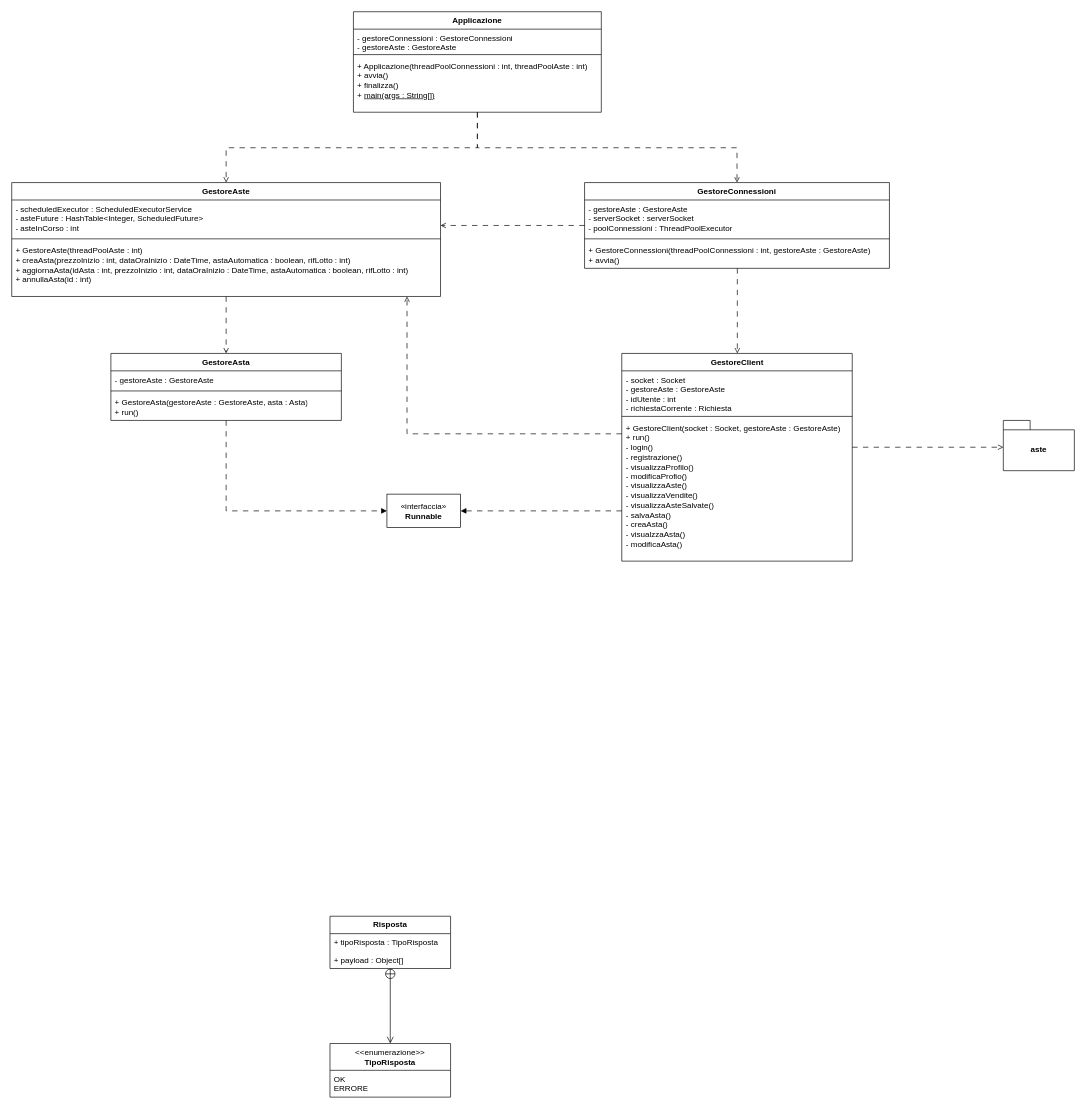
Earlier version of the draw.io diagram documenti/DC-Server.drawio (Chaos-Rat/GAO). Source tidied: cells renumbered, new cells numbered last; positions are measured from the earlier drawing's top-left corner, leaving out a move shared by most shapes. Both pictures are drawn from the tidied source at 67%, with x=0, y=0 at pixel (11, 11).
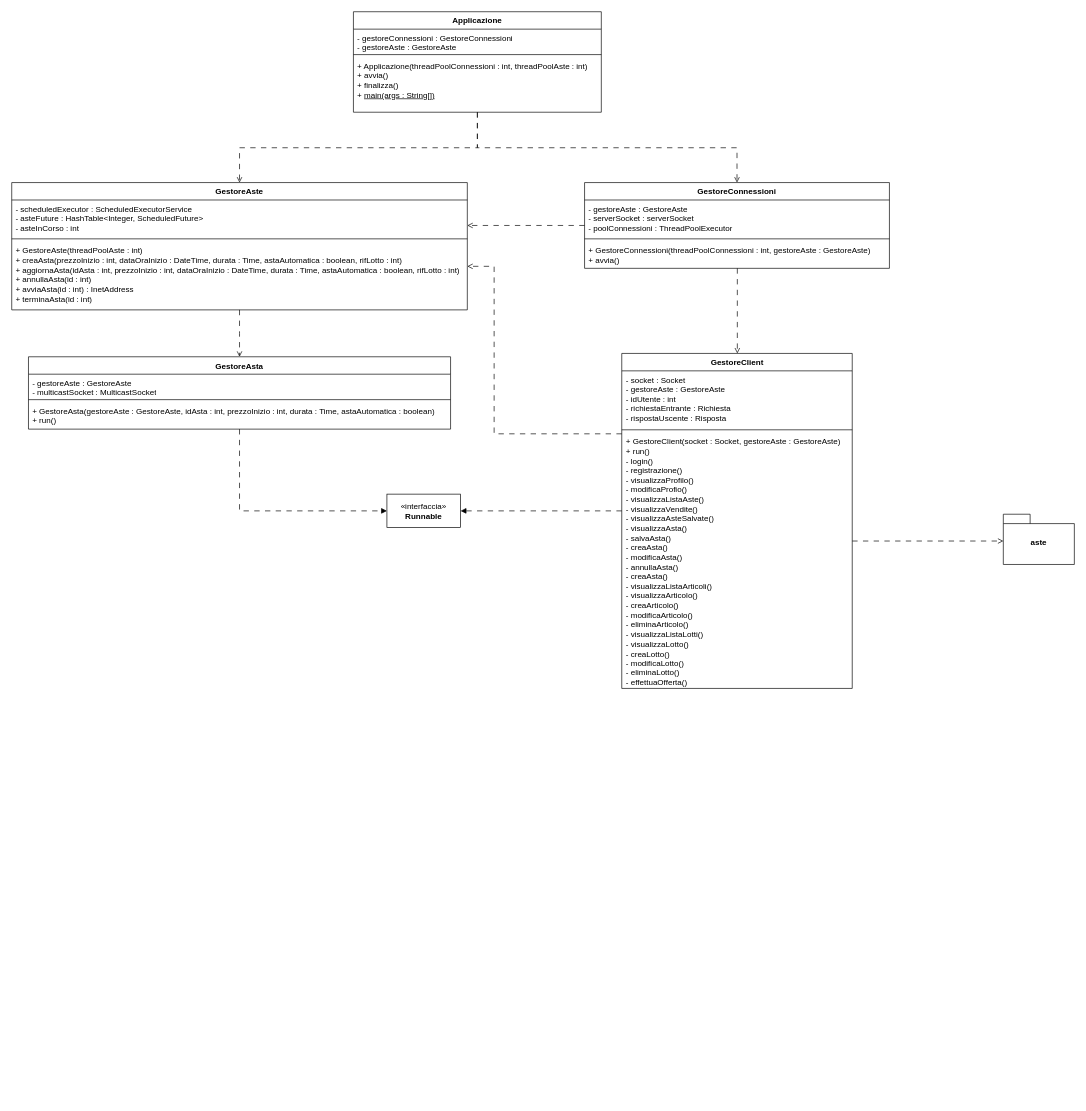
After the change.

Commit message (it also covers changes not shown here):
Aggiornato diagramma delle classi server, fix minori

Aggiornato il diagramma delle classi server.
Tolta la funzione di logout al gestore del client e alla tipo di richiesta (implicito nella disconnessione).

Unchanged cells that the change refers to:
```xml
<mxCell id="31" value="«interfaccia»&lt;br&gt;&lt;b&gt;Runnable&lt;/b&gt;" style="html=1;whiteSpace=wrap;" parent="1" vertex="1">
  <mxGeometry x="560" y="720" width="110" height="50" as="geometry" />
</mxCell>
```

Change to the diagram source:
```diff
@@
-    <mxCell id="9" style="edgeStyle=elbowEdgeStyle;rounded=0;jettySize=auto;html=1;elbow=vertical;dashed=1;dashPattern=8 8;endArrow=open;endFill=0;" parent="1" edge="1" source="10" target="38">
+    <mxCell id="9" style="edgeStyle=elbowEdgeStyle;rounded=0;jettySize=auto;html=1;elbow=vertical;dashed=1;dashPattern=8 8;endArrow=open;endFill=0;" parent="1" edge="1" target="38">
       <mxGeometry relative="1" as="geometry">
+        <mxPoint x="1254.5" y="790" as="sourcePoint" />
         <Array as="points">
-          <mxPoint x="1367" y="650" />
+          <mxPoint x="1367" y="790" />
         </Array>
       </mxGeometry>
     </mxCell>
     <mxCell id="10" value="GestoreClient" style="swimlane;fontStyle=1;align=center;verticalAlign=top;horizontal=1;startSize=26;whiteSpace=wrap;html=1;" parent="1" vertex="1">
-      <mxGeometry x="910.5" y="510" width="344" height="310" as="geometry" />
+      <mxGeometry x="910.5" y="510" width="344" height="500" as="geometry" />
     </mxCell>
-    <mxCell id="11" value="- socket : Socket&lt;div&gt;- gestoreAste : GestoreAste&lt;br&gt;&lt;div&gt;- idUtente : int&lt;/div&gt;&lt;/div&gt;&lt;div&gt;- richiestaCorrente : Richiesta&lt;/div&gt;" style="text;strokeColor=none;fillColor=none;align=left;verticalAlign=top;spacingLeft=4;spacingRight=4;overflow=hidden;whiteSpace=wrap;html=1;" parent="10" vertex="1">
-      <mxGeometry y="26" width="344" height="64" as="geometry" />
+    <mxCell id="11" value="- socket : Socket&lt;div&gt;- gestoreAste : GestoreAste&lt;br&gt;&lt;div&gt;- idUtente : int&lt;/div&gt;&lt;/div&gt;&lt;div&gt;- richiestaEntrante : Richiesta&lt;/div&gt;&lt;div&gt;- rispostaUscente : Risposta&lt;/div&gt;" style="text;strokeColor=none;fillColor=none;align=left;verticalAlign=top;spacingLeft=4;spacingRight=4;overflow=hidden;whiteSpace=wrap;html=1;" parent="10" vertex="1">
+      <mxGeometry y="26" width="344" height="84" as="geometry" />
     </mxCell>
     <mxCell id="12" style="line;strokeWidth=1;fillColor=none;align=left;verticalAlign=middle;spacingTop=-1;spacingLeft=3;spacingRight=3;labelPosition=right;strokeColor=inherit;" parent="10" vertex="1">
-      <mxGeometry y="90" width="344" height="8" as="geometry" />
+      <mxGeometry y="110" width="344" height="8" as="geometry" />
     </mxCell>
-    <mxCell id="13" value="&lt;div&gt;+ GestoreClient(socket : Socket, gestoreAste : GestoreAste)&lt;/div&gt;&lt;div&gt;+ run()&lt;/div&gt;&lt;div&gt;- login()&lt;/div&gt;&lt;div&gt;- registrazione()&lt;/div&gt;&lt;div&gt;- visualizzaProfilo()&lt;/div&gt;&lt;div&gt;- modificaProfio()&lt;/div&gt;&lt;div&gt;- visualizzaAste()&lt;/div&gt;&lt;div&gt;- visualizzaVendite()&lt;/div&gt;&lt;div&gt;- visualizzaAsteSalvate()&lt;/div&gt;&lt;div&gt;- salvaAsta()&lt;/div&gt;&lt;div&gt;- creaAsta()&lt;/div&gt;&lt;div&gt;- visualzzaAsta()&lt;/div&gt;&lt;div&gt;- modificaAsta()&lt;/div&gt;" style="text;strokeColor=none;fillColor=none;align=left;verticalAlign=top;spacingLeft=4;spacingRight=4;overflow=hidden;whiteSpace=wrap;html=1;" parent="10" vertex="1">
-      <mxGeometry y="98" width="344" height="212" as="geometry" />
+    <mxCell id="13" value="&lt;div&gt;+ GestoreClient(socket : Socket, gestoreAste : GestoreAste)&lt;/div&gt;&lt;div&gt;+ run()&lt;/div&gt;&lt;div&gt;- login()&lt;/div&gt;&lt;div&gt;- registrazione()&lt;/div&gt;&lt;div&gt;- visualizzaProfilo()&lt;/div&gt;&lt;div&gt;- modificaProfio()&lt;/div&gt;&lt;div&gt;- visualizzaListaAste()&lt;/div&gt;&lt;div&gt;- visualizzaVendite()&lt;/div&gt;&lt;div&gt;- visualizzaAsteSalvate()&lt;/div&gt;&lt;div&gt;- visualizzaAsta()&lt;/div&gt;&lt;div&gt;- salvaAsta()&lt;/div&gt;&lt;div&gt;- creaAsta()&lt;/div&gt;&lt;div&gt;- modificaAsta()&lt;/div&gt;&lt;div&gt;- annullaAsta()&lt;/div&gt;&lt;div&gt;- creaAsta()&lt;/div&gt;&lt;div&gt;- visualizzaListaArticoli()&lt;/div&gt;&lt;div&gt;- visualizzaArticolo()&lt;/div&gt;&lt;div&gt;- creaArticolo()&lt;/div&gt;&lt;div&gt;- modificaArticolo()&lt;/div&gt;&lt;div&gt;- eliminaArticolo()&lt;/div&gt;&lt;div&gt;- visualizzaListaLotti()&lt;/div&gt;&lt;div&gt;- visualizzaLotto()&lt;/div&gt;&lt;div&gt;- creaLotto()&lt;/div&gt;&lt;div&gt;- modificaLotto()&lt;/div&gt;&lt;div&gt;- eliminaLotto()&lt;/div&gt;&lt;div&gt;- effettuaOfferta()&lt;/div&gt;" style="text;strokeColor=none;fillColor=none;align=left;verticalAlign=top;spacingLeft=4;spacingRight=4;overflow=hidden;whiteSpace=wrap;html=1;" parent="10" vertex="1">
+      <mxGeometry y="118" width="344" height="382" as="geometry" />
     </mxCell>
@@
-    <mxCell id="20" style="rounded=0;jettySize=auto;html=1;dashed=1;strokeColor=default;align=center;verticalAlign=middle;fontFamily=Helvetica;fontSize=11;fontColor=default;labelBackgroundColor=default;endArrow=open;endFill=0;dashPattern=8 8;edgeStyle=elbowEdgeStyle;entryX=0.5;entryY=0;entryDx=0;entryDy=0;" parent="1" edge="1" source="21" target="27">
-      <mxGeometry relative="1" as="geometry" />
+    <mxCell id="20" style="edgeStyle=elbowEdgeStyle;rounded=0;jettySize=auto;html=1;dashed=1;dashPattern=8 8;endArrow=open;endFill=0;" parent="1" edge="1" source="21" target="27">
+      <mxGeometry relative="1" as="geometry">
+        <Array as="points">
+          <mxPoint x="340" y="480" />
+        </Array>
+      </mxGeometry>
     </mxCell>
     <mxCell id="21" value="GestoreAste" style="swimlane;fontStyle=1;align=center;verticalAlign=top;horizontal=1;startSize=26;whiteSpace=wrap;html=1;" parent="1" vertex="1">
-      <mxGeometry y="255" width="640" height="170" as="geometry" />
+      <mxGeometry y="255" width="680" height="190" as="geometry" />
     </mxCell>
     <mxCell id="22" value="&lt;div&gt;- scheduledExecutor : ScheduledExecutorService&lt;br&gt;&lt;/div&gt;&lt;div&gt;- asteFuture : HashTable&amp;lt;Integer, ScheduledFuture&amp;gt;&lt;/div&gt;&lt;div&gt;- asteInCorso : int&lt;/div&gt;" style="text;strokeColor=none;fillColor=none;align=left;verticalAlign=top;spacingLeft=4;spacingRight=4;overflow=hidden;whiteSpace=wrap;html=1;" parent="21" vertex="1">
-      <mxGeometry y="26" width="640" height="54" as="geometry" />
+      <mxGeometry y="26" width="680" height="54" as="geometry" />
     </mxCell>
     <mxCell id="23" style="line;strokeWidth=1;fillColor=none;align=left;verticalAlign=middle;spacingTop=-1;spacingLeft=3;spacingRight=3;labelPosition=right;strokeColor=inherit;" parent="21" vertex="1">
-      <mxGeometry y="80" width="640" height="8" as="geometry" />
+      <mxGeometry y="80" width="680" height="8" as="geometry" />
     </mxCell>
-    <mxCell id="24" value="&lt;div&gt;+ GestoreAste(threadPoolAste : int)&lt;/div&gt;&lt;div&gt;+ creaAsta(prezzoInizio : int, dataOraInizio : DateTime, astaAutomatica : boolean, rifLotto : int)&lt;/div&gt;&lt;div&gt;+ aggiornaAsta(idAsta : int, prezzoInizio : int, dataOraInizio : DateTime, astaAutomatica : boolean, rifLotto : int)&lt;/div&gt;&lt;div&gt;+ annullaAsta(id : int)&lt;/div&gt;" style="text;strokeColor=none;fillColor=none;align=left;verticalAlign=top;spacingLeft=4;spacingRight=4;overflow=hidden;whiteSpace=wrap;html=1;" parent="21" vertex="1">
-      <mxGeometry y="88" width="640" height="82" as="geometry" />
+    <mxCell id="24" value="&lt;div&gt;+ GestoreAste(threadPoolAste : int)&lt;/div&gt;&lt;div&gt;+ creaAsta(prezzoInizio : int, dataOraInizio : DateTime, durata : Time, astaAutomatica : boolean, rifLotto : int)&lt;/div&gt;&lt;div&gt;+ aggiornaAsta(idAsta : int, prezzoInizio : int, dataOraInizio : DateTime, durata : Time, astaAutomatica : boolean, rifLotto : int)&lt;/div&gt;&lt;div&gt;+ annullaAsta(id : int)&lt;/div&gt;&lt;div&gt;+ avviaAsta(id : int) : InetAddress&lt;/div&gt;&lt;div&gt;+ terminaAsta(id : int)&lt;/div&gt;" style="text;strokeColor=none;fillColor=none;align=left;verticalAlign=top;spacingLeft=4;spacingRight=4;overflow=hidden;whiteSpace=wrap;html=1;" parent="21" vertex="1">
+      <mxGeometry y="88" width="680" height="102" as="geometry" />
     </mxCell>
     <mxCell id="25" style="edgeStyle=orthogonalEdgeStyle;rounded=0;jettySize=auto;html=1;endArrow=open;endFill=0;dashed=1;elbow=vertical;dashPattern=8 8;" parent="1" edge="1" source="10" target="21">
       <mxGeometry relative="1" as="geometry">
         <Array as="points">
-          <mxPoint x="590" y="630" />
+          <mxPoint x="720" y="630" />
+          <mxPoint x="720" y="380" />
         </Array>
       </mxGeometry>
     </mxCell>
     <mxCell id="26" style="edgeStyle=orthogonalEdgeStyle;rounded=0;jettySize=auto;html=1;dashed=1;dashPattern=8 8;endArrow=block;endFill=1;" parent="1" edge="1" source="27" target="31">
       <mxGeometry relative="1" as="geometry">
         <Array as="points">
-          <mxPoint x="320" y="745" />
+          <mxPoint x="340" y="745" />
         </Array>
       </mxGeometry>
     </mxCell>
     <mxCell id="27" value="GestoreAsta" style="swimlane;fontStyle=1;align=center;verticalAlign=top;horizontal=1;startSize=26;whiteSpace=wrap;html=1;" parent="1" vertex="1">
-      <mxGeometry x="148" y="510" width="344" height="100" as="geometry" />
+      <mxGeometry x="25" y="515" width="630" height="108" as="geometry" />
     </mxCell>
-    <mxCell id="28" value="- gestoreAste : GestoreAste" style="text;strokeColor=none;fillColor=none;align=left;verticalAlign=top;spacingLeft=4;spacingRight=4;overflow=hidden;whiteSpace=wrap;html=1;" parent="27" vertex="1">
-      <mxGeometry y="26" width="344" height="26" as="geometry" />
+    <mxCell id="28" value="- gestoreAste : GestoreAste&lt;div&gt;- multicastSocket : MulticastSocket&lt;/div&gt;" style="text;strokeColor=none;fillColor=none;align=left;verticalAlign=top;spacingLeft=4;spacingRight=4;overflow=hidden;whiteSpace=wrap;html=1;" parent="27" vertex="1">
+      <mxGeometry y="26" width="630" height="34" as="geometry" />
     </mxCell>
     <mxCell id="29" style="line;strokeWidth=1;fillColor=none;align=left;verticalAlign=middle;spacingTop=-1;spacingLeft=3;spacingRight=3;labelPosition=right;strokeColor=inherit;" parent="27" vertex="1">
-      <mxGeometry y="52" width="344" height="8" as="geometry" />
+      <mxGeometry y="60" width="630" height="8" as="geometry" />
     </mxCell>
-    <mxCell id="30" value="+ GestoreAsta(gestoreAste : GestoreAste, asta : Asta)&lt;div&gt;+ run()&lt;/div&gt;" style="text;strokeColor=none;fillColor=none;align=left;verticalAlign=top;spacingLeft=4;spacingRight=4;overflow=hidden;whiteSpace=wrap;html=1;" parent="27" vertex="1">
-      <mxGeometry y="60" width="344" height="40" as="geometry" />
+    <mxCell id="30" value="+ GestoreAsta(gestoreAste : GestoreAste, idAsta : int, prezzoInizio : int, durata : Time, astaAutomatica : boolean)&lt;div&gt;+ run()&lt;/div&gt;" style="text;strokeColor=none;fillColor=none;align=left;verticalAlign=top;spacingLeft=4;spacingRight=4;overflow=hidden;whiteSpace=wrap;html=1;" parent="27" vertex="1">
+      <mxGeometry y="68" width="630" height="40" as="geometry" />
     </mxCell>
@@
-    <mxCell id="32" value="&lt;b&gt;Risposta&lt;/b&gt;" style="swimlane;fontStyle=0;horizontal=1;startSize=26;fillColor=none;whiteSpace=wrap;html=1;" parent="1" vertex="1">
-      <mxGeometry x="475" y="1350" width="180" height="78" as="geometry" />
-    </mxCell>
-    <mxCell id="33" value="+ tipoRisposta : TipoRisposta" style="text;strokeColor=none;fillColor=none;align=left;verticalAlign=top;spacingLeft=4;spacingRight=4;overflow=hidden;whiteSpace=wrap;html=1;" parent="32" vertex="1">
-      <mxGeometry y="26" width="180" height="26" as="geometry" />
-    </mxCell>
-    <mxCell id="34" value="+ payload : Object[]" style="text;strokeColor=none;fillColor=none;align=left;verticalAlign=top;spacingLeft=4;spacingRight=4;overflow=hidden;whiteSpace=wrap;html=1;" parent="32" vertex="1">
-      <mxGeometry y="52" width="180" height="26" as="geometry" />
-    </mxCell>
-    <mxCell id="35" value="&lt;div&gt;&amp;lt;&amp;lt;enumerazione&amp;gt;&amp;gt;&lt;/div&gt;&lt;b&gt;TipoRisposta&lt;/b&gt;" style="swimlane;fontStyle=0;horizontal=1;startSize=40;fillColor=none;whiteSpace=wrap;html=1;" parent="1" vertex="1">
-      <mxGeometry x="475" y="1540" width="180" height="80" as="geometry" />
-    </mxCell>
-    <mxCell id="36" value="OK&lt;div&gt;ERRORE&lt;/div&gt;" style="text;strokeColor=none;fillColor=none;align=left;verticalAlign=top;spacingLeft=4;spacingRight=4;overflow=hidden;whiteSpace=wrap;html=1;" parent="35" vertex="1">
-      <mxGeometry y="40" width="180" height="40" as="geometry" />
-    </mxCell>
-    <mxCell id="37" style="endArrow=open;startArrow=circlePlus;endFill=0;startFill=0;endSize=8;html=1;rounded=0;" parent="1" edge="1" source="32" target="35">
-      <mxGeometry relative="1" as="geometry" />
-    </mxCell>
     <mxCell id="38" value="aste" style="shape=folder;fontStyle=1;spacingTop=10;tabWidth=40;tabHeight=14;tabPosition=left;html=1;whiteSpace=wrap;" parent="1" vertex="1">
-      <mxGeometry x="1480" y="610" width="106" height="75" as="geometry" />
+      <mxGeometry x="1480" y="750" width="106" height="75" as="geometry" />
     </mxCell>
```
